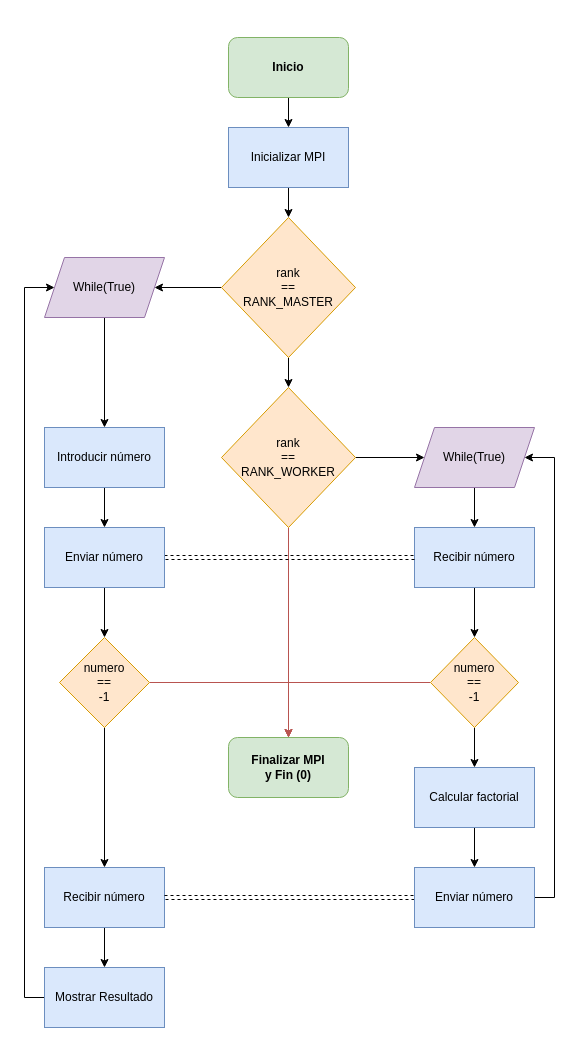
Before: DiagramadeFlujo.drawio in Joseleelsuper/ARPA-Entregable1, a draw.io diagram. Source tidied: cells renumbered, new cells numbered last; positions are measured from the earlier drawing's top-left corner, leaving out a move shared by most shapes. Both pictures are drawn from the tidied source at 100%, with x=0, y=0 at pixel (24, 37).
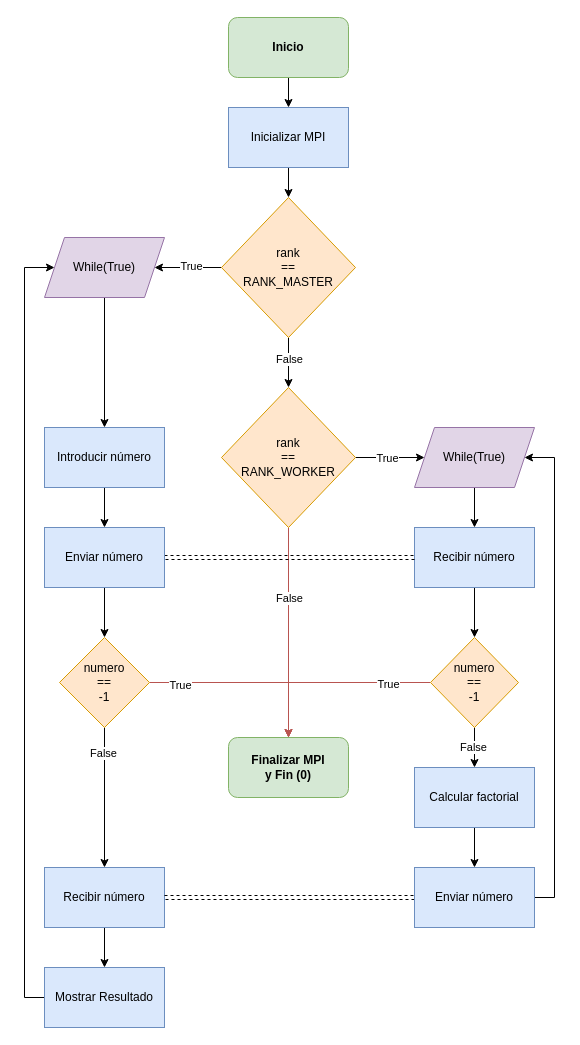
The same page after the edit.

Unchanged cells that the change refers to:
```xml
<mxCell id="6" style="edgeStyle=orthogonalEdgeStyle;rounded=0;jettySize=auto;html=1;" parent="1" edge="1" source="8" target="11">
  <mxGeometry relative="1" as="geometry" />
</mxCell>
<mxCell id="7" style="edgeStyle=orthogonalEdgeStyle;rounded=0;jettySize=auto;html=1;" parent="1" edge="1" source="8" target="13">
  <mxGeometry relative="1" as="geometry" />
</mxCell>
<mxCell id="9" style="edgeStyle=orthogonalEdgeStyle;rounded=0;jettySize=auto;html=1;" parent="1" edge="1" source="11" target="15">
  <mxGeometry relative="1" as="geometry" />
</mxCell>
<mxCell id="10" style="edgeStyle=orthogonalEdgeStyle;rounded=0;jettySize=auto;html=1;entryX=0.5;entryY=0;entryDx=0;entryDy=0;fillColor=#f8cecc;strokeColor=#b85450;" parent="1" edge="1" source="11" target="23">
  <mxGeometry relative="1" as="geometry" />
</mxCell>
<mxCell id="24" style="edgeStyle=orthogonalEdgeStyle;rounded=0;jettySize=auto;html=1;entryX=0.5;entryY=0;entryDx=0;entryDy=0;fillColor=#f8cecc;strokeColor=#b85450;" parent="1" edge="1" source="26" target="23">
  <mxGeometry relative="1" as="geometry" />
</mxCell>
<mxCell id="25" style="edgeStyle=orthogonalEdgeStyle;rounded=0;jettySize=auto;html=1;" parent="1" edge="1" source="26" target="33">
  <mxGeometry relative="1" as="geometry" />
</mxCell>
<mxCell id="27" style="edgeStyle=orthogonalEdgeStyle;rounded=0;jettySize=auto;html=1;entryX=0.5;entryY=0;entryDx=0;entryDy=0;fillColor=#f8cecc;strokeColor=#b85450;" parent="1" edge="1" source="29" target="23">
  <mxGeometry relative="1" as="geometry" />
</mxCell>
<mxCell id="28" style="edgeStyle=orthogonalEdgeStyle;rounded=0;jettySize=auto;html=1;" parent="1" edge="1" source="29" target="31">
  <mxGeometry relative="1" as="geometry" />
</mxCell>
<mxCell id="38" value="Mostrar Resultado" style="whiteSpace=wrap;html=1;fillColor=#dae8fc;strokeColor=#6c8ebf;" parent="1" vertex="1">
  <mxGeometry x="20" y="930" width="120" height="60" as="geometry" />
</mxCell>
```

The edit, as a diff of the source:
```diff
@@
     <mxCell id="3" value="Inicio" style="rounded=1;whiteSpace=wrap;html=1;fillColor=#d5e8d4;strokeColor=#82b366;fontStyle=1;" parent="1" vertex="1">
-      <mxGeometry x="204" width="120" height="60" as="geometry" />
+      <mxGeometry x="204" y="-20" width="120" height="60" as="geometry" />
     </mxCell>
@@
     <mxCell id="5" value="Inicializar MPI" style="rounded=0;whiteSpace=wrap;html=1;fillColor=#dae8fc;strokeColor=#6c8ebf;" parent="1" vertex="1">
-      <mxGeometry x="204" y="90" width="120" height="60" as="geometry" />
+      <mxGeometry x="204" y="70" width="120" height="60" as="geometry" />
     </mxCell>
@@
+    <mxCell id="39" value="False" style="edgeLabel;html=1;align=center;verticalAlign=middle;" parent="6" vertex="1">
+      <mxGeometry x="-0.16" y="-3" relative="1" as="geometry">
+        <mxPoint x="3" as="offset" />
+      </mxGeometry>
+    </mxCell>
@@
+    <mxCell id="40" value="True" style="edgeLabel;html=1;align=center;verticalAlign=middle;" parent="7" vertex="1">
+      <mxGeometry x="-0.07" y="-2" relative="1" as="geometry" />
+    </mxCell>
     <mxCell id="8" value="rank&lt;br&gt;==&lt;br&gt;RANK_MASTER" style="rhombus;whiteSpace=wrap;html=1;rounded=0;fillColor=#ffe6cc;strokeColor=#d79b00;" parent="1" vertex="1">
-      <mxGeometry x="197" y="180" width="134" height="140" as="geometry" />
+      <mxGeometry x="197" y="160" width="134" height="140" as="geometry" />
     </mxCell>
@@
+    <mxCell id="41" value="True" style="edgeLabel;html=1;align=center;verticalAlign=middle;" parent="9" vertex="1">
+      <mxGeometry x="-0.1" relative="1" as="geometry" />
+    </mxCell>
@@
+    <mxCell id="42" value="False" style="edgeLabel;html=1;align=center;verticalAlign=middle;" parent="10" vertex="1">
+      <mxGeometry x="-0.07" relative="1" as="geometry">
+        <mxPoint y="-28" as="offset" />
+      </mxGeometry>
+    </mxCell>
@@
     <mxCell id="13" value="While(True)" style="shape=parallelogram;perimeter=parallelogramPerimeter;whiteSpace=wrap;html=1;fixedSize=1;fillColor=#e1d5e7;strokeColor=#9673a6;" parent="1" vertex="1">
-      <mxGeometry x="20" y="220" width="120" height="60" as="geometry" />
+      <mxGeometry x="20" y="200" width="120" height="60" as="geometry" />
     </mxCell>
@@
+    <mxCell id="43" value="True" style="edgeLabel;html=1;align=center;verticalAlign=middle;" parent="24" vertex="1">
+      <mxGeometry x="-0.56" y="1" relative="1" as="geometry" />
+    </mxCell>
@@
+    <mxCell id="44" value="False" style="edgeLabel;html=1;align=center;verticalAlign=middle;" parent="25" vertex="1">
+      <mxGeometry x="-0.05" y="-2" relative="1" as="geometry" />
+    </mxCell>
@@
+    <mxCell id="45" value="True" style="edgeLabel;html=1;align=center;verticalAlign=middle;" parent="27" vertex="1">
+      <mxGeometry x="-0.69" y="-2" relative="1" as="geometry" />
+    </mxCell>
@@
+    <mxCell id="46" value="False" style="edgeLabel;html=1;align=center;verticalAlign=middle;" parent="28" vertex="1">
+      <mxGeometry x="-0.64" y="-2" relative="1" as="geometry" />
+    </mxCell>
@@
     <mxCell id="37" style="edgeStyle=orthogonalEdgeStyle;rounded=0;jettySize=auto;html=1;entryX=0;entryY=0.5;entryDx=0;entryDy=0;exitX=0;exitY=0.5;exitDx=0;exitDy=0;" parent="1" edge="1" source="38" target="13">
       <mxGeometry relative="1" as="geometry">
         <Array as="points">
           <mxPoint y="960" />
-          <mxPoint y="250" />
+          <mxPoint y="230" />
         </Array>
       </mxGeometry>
     </mxCell>
```
